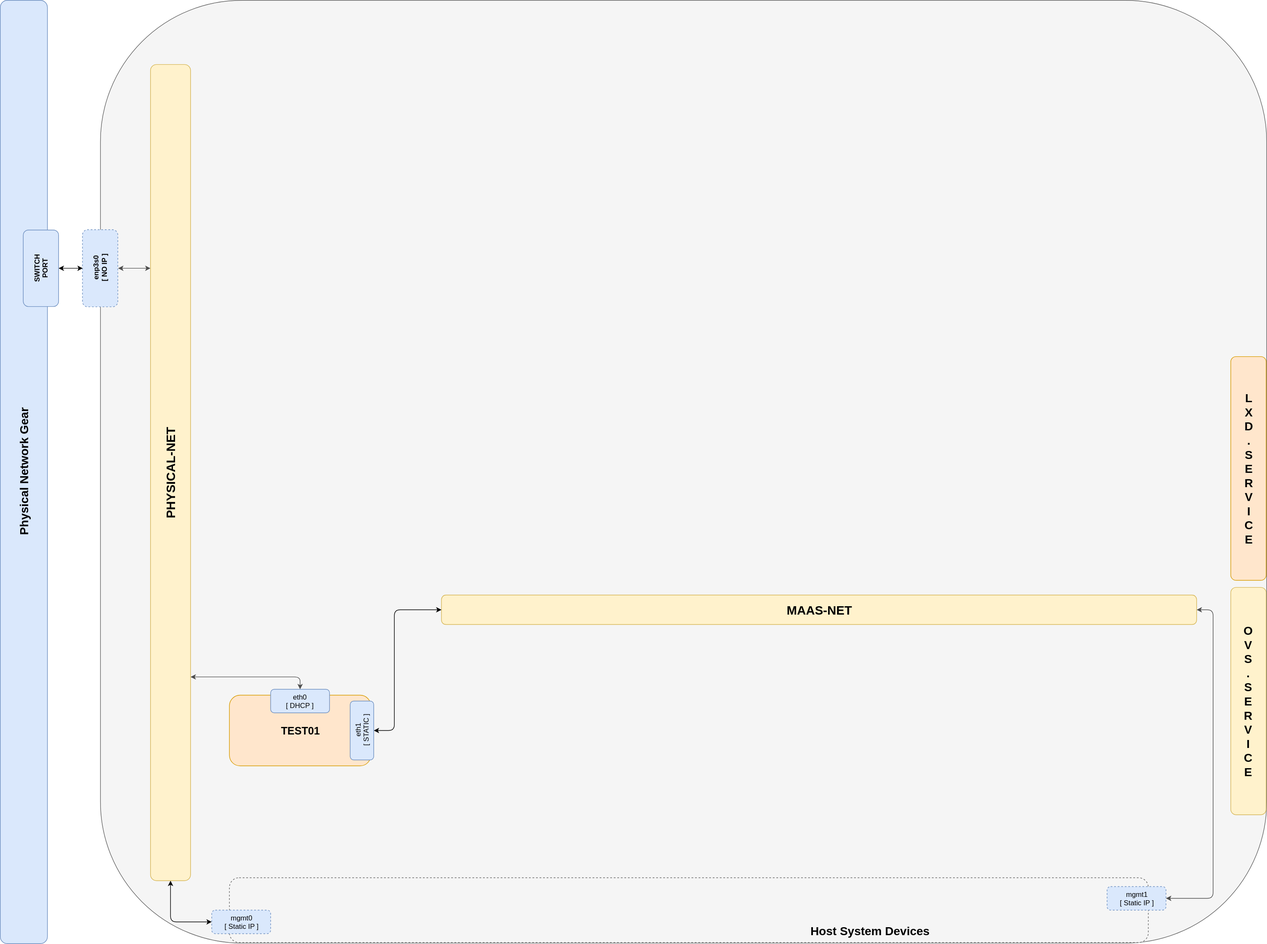
The draw.io diagram 2_LXD-On-OVS/web/drawio/lxd-on-openvswitch.svg in KathrynMorgan/mini-stack, before a commit. Source tidied: cells renumbered, new cells last; positions are measured from the earlier drawing's top-left corner, leaving out a move shared by most shapes.
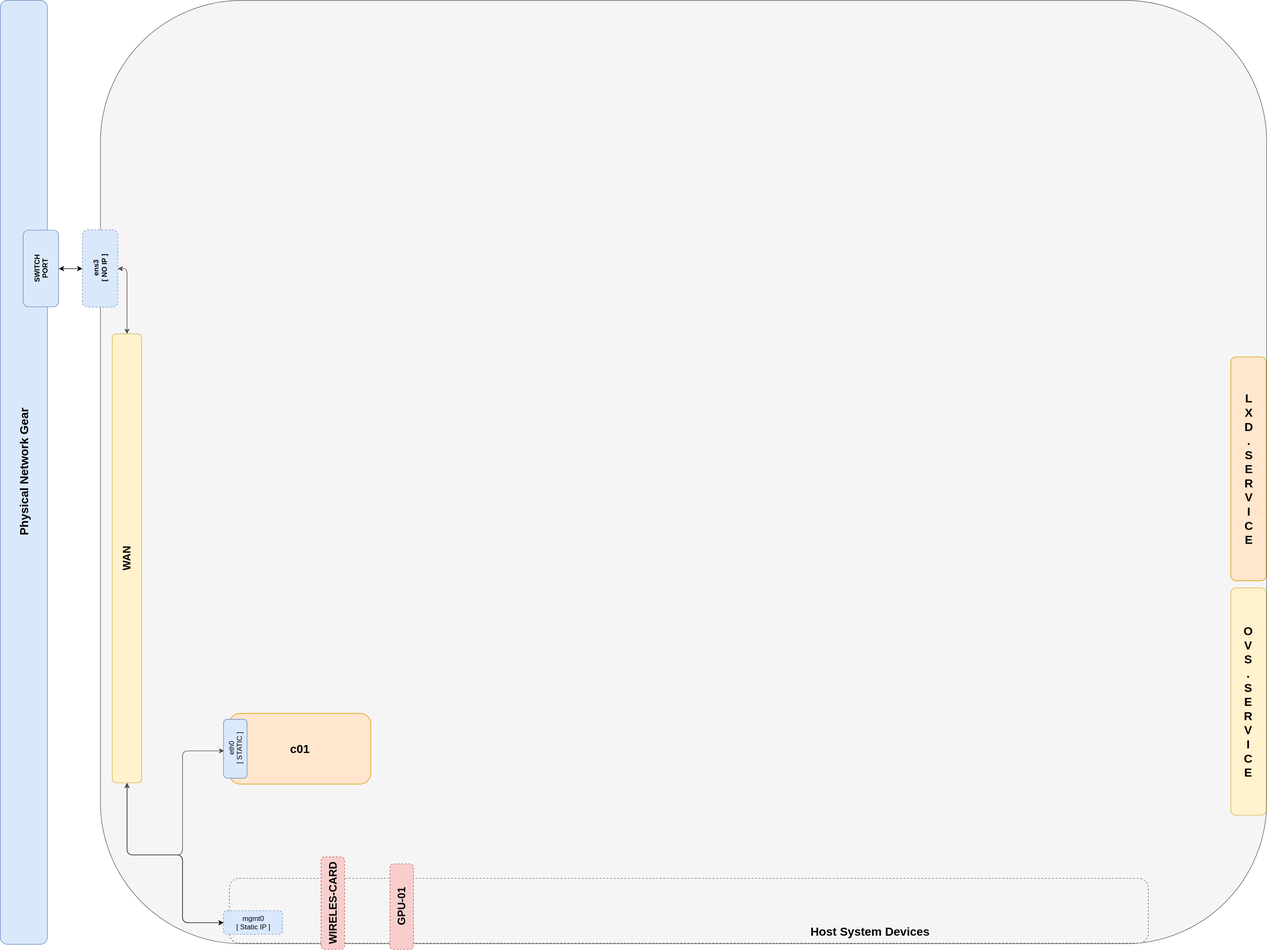
The same file after the commit.

Diff of the diagram source:
```diff
@@ -8,33 +8,32 @@
     <mxCell id="3" value="&lt;b&gt;&lt;font style=&quot;font-size: 20px&quot;&gt;Physical Network Gear&lt;/font&gt;&lt;/b&gt;" style="rounded=1;whiteSpace=wrap;html=1;fillColor=#dae8fc;strokeColor=#6c8ebf;rotation=-90;" parent="1" vertex="1">
       <mxGeometry y="761" width="1602" height="80" as="geometry" />
     </mxCell>
-    <mxCell id="4" style="edgeStyle=orthogonalEdgeStyle;rounded=1;html=1;exitX=1;exitY=0.5;entryX=0;entryY=0.5;startArrow=classic;startFill=1;jettySize=auto;strokeColor=#000000;fontSize=18;" parent="1" edge="1" source="7" target="9">
-      <mxGeometry relative="1" as="geometry" />
+    <mxCell id="4" style="edgeStyle=orthogonalEdgeStyle;rounded=1;html=1;entryX=0;entryY=0.5;startArrow=classic;startFill=1;jettySize=auto;strokeColor=#000000;fontSize=18;exitX=0;exitY=0.5;exitDx=0;exitDy=0;" parent="1" edge="1" source="27" target="9">
+      <mxGeometry relative="1" as="geometry">
+        <Array as="points">
+          <mxPoint x="976" y="1450" />
+          <mxPoint x="1070" y="1450" />
+          <mxPoint x="1070" y="1565" />
+        </Array>
+      </mxGeometry>
     </mxCell>
-    <mxCell id="5" style="edgeStyle=orthogonalEdgeStyle;rounded=1;html=1;exitX=0.25;exitY=1;entryX=0.5;entryY=1;startArrow=classic;startFill=1;jettySize=auto;strokeColor=#4D4D4D;" parent="1" edge="1" source="7" target="11">
-      <mxGeometry relative="1" as="geometry" />
+    <mxCell id="5" style="edgeStyle=orthogonalEdgeStyle;rounded=1;html=1;exitX=1;exitY=0.5;entryX=0.5;entryY=1;startArrow=classic;startFill=1;jettySize=auto;strokeColor=#4D4D4D;exitDx=0;exitDy=0;" parent="1" edge="1" source="27" target="11">
+      <mxGeometry relative="1" as="geometry">
+        <Array as="points">
+          <mxPoint x="976" y="455" />
+        </Array>
+      </mxGeometry>
     </mxCell>
-    <mxCell id="6" style="edgeStyle=orthogonalEdgeStyle;rounded=1;html=1;exitX=0.75;exitY=0;entryX=0.5;entryY=0;startArrow=classic;startFill=1;jettySize=auto;strokeColor=#4D4D4D;" parent="1" edge="1" source="7" target="20">
-      <mxGeometry relative="1" as="geometry">
-        <Array as="points">
-          <mxPoint x="1120" y="1149" />
-          <mxPoint x="1270" y="1149" />
-        </Array>
-      </mxGeometry>
-    </mxCell>
-    <mxCell id="7" value="&lt;b&gt;&lt;font style=&quot;font-size: 21px&quot;&gt;PHYSICAL-NET&lt;/font&gt;&lt;/b&gt;" style="rounded=1;whiteSpace=wrap;html=1;fillColor=#fff2cc;strokeColor=#d6b656;direction=west;rotation=-90;" parent="1" vertex="1">
-      <mxGeometry x="357" y="768" width="1386" height="68" as="geometry" />
-    </mxCell>
     <mxCell id="8" style="rounded=1;whiteSpace=wrap;html=1;fontSize=18;fillColor=#f5f5f5;strokeColor=#666666;dashed=1;" parent="1" vertex="1">
       <mxGeometry x="1150" y="1490" width="1560" height="110" as="geometry" />
     </mxCell>
     <mxCell id="9" value="mgmt0&lt;br&gt;[ Static IP ]&lt;br&gt;" style="rounded=1;whiteSpace=wrap;html=1;fillColor=#dae8fc;strokeColor=#6c8ebf;dashed=1;" parent="1" vertex="1">
-      <mxGeometry x="1120" y="1545" width="100" height="40" as="geometry" />
+      <mxGeometry x="1140" y="1545" width="100" height="40" as="geometry" />
     </mxCell>
     <mxCell id="10" value="&lt;b&gt;&lt;font style=&quot;font-size: 20px&quot;&gt;Host System Devices&lt;/font&gt;&lt;br&gt;&lt;/b&gt;" style="text;html=1;strokeColor=none;fillColor=none;align=center;verticalAlign=middle;whiteSpace=wrap;rounded=0;dashed=1;fontSize=18;" parent="1" vertex="1">
       <mxGeometry x="2112" y="1560" width="250" height="40" as="geometry" />
     </mxCell>
-    <mxCell id="11" value="&lt;b&gt;enp3s0&lt;br&gt;[ NO IP ]&lt;/b&gt;" style="rounded=1;whiteSpace=wrap;html=1;fillColor=#dae8fc;strokeColor=#6c8ebf;rotation=-90;dashed=1;" parent="1" vertex="1">
+    <mxCell id="11" value="&lt;b&gt;ens3&lt;br&gt;[ NO IP ]&lt;/b&gt;" style="rounded=1;whiteSpace=wrap;html=1;fillColor=#dae8fc;strokeColor=#6c8ebf;rotation=-90;dashed=1;" parent="1" vertex="1">
       <mxGeometry x="865" y="425" width="131" height="60" as="geometry" />
     </mxCell>
     <mxCell id="12" style="edgeStyle=orthogonalEdgeStyle;rounded=1;html=1;exitX=0.5;exitY=1;entryX=0.5;entryY=0;startArrow=classic;startFill=1;jettySize=auto;fontSize=18;" parent="1" edge="1" source="13" target="11">
@@ -46,39 +45,32 @@
     <mxCell id="14" value="&lt;b style=&quot;font-size: 20px&quot;&gt;O&lt;br&gt;V&lt;br&gt;S&lt;br&gt;.&lt;br&gt;S&lt;br&gt;E&lt;br&gt;R&lt;br&gt;V&lt;br&gt;I&lt;br&gt;C&lt;br&gt;E&lt;/b&gt;" style="rounded=1;whiteSpace=wrap;html=1;fillColor=#fff2cc;strokeColor=#d6b656;rotation=0;" parent="1" vertex="1">
       <mxGeometry x="2850" y="997" width="60" height="386" as="geometry" />
     </mxCell>
-    <mxCell id="15" style="edgeStyle=orthogonalEdgeStyle;rounded=1;html=1;exitX=1;exitY=0.5;entryX=1;entryY=0.5;startArrow=classic;startFill=1;jettySize=auto;strokeColor=#4D4D4D;" parent="1" edge="1" source="16" target="18">
-      <mxGeometry relative="1" as="geometry">
-        <Array as="points">
-          <mxPoint x="2820" y="1525" />
-          <mxPoint x="2820" y="1035" />
-        </Array>
-      </mxGeometry>
-    </mxCell>
-    <mxCell id="16" value="mgmt1&lt;br&gt;[ Static IP ]&lt;br&gt;" style="rounded=1;whiteSpace=wrap;html=1;fillColor=#dae8fc;strokeColor=#6c8ebf;dashed=1;" parent="1" vertex="1">
-      <mxGeometry x="2640" y="1505" width="100" height="40" as="geometry" />
-    </mxCell>
     <mxCell id="17" value="&lt;b style=&quot;font-size: 20px&quot;&gt;L&lt;br&gt;X&lt;br&gt;D&lt;br&gt;.&lt;br&gt;S&lt;br&gt;E&lt;br&gt;R&lt;br&gt;V&lt;br&gt;I&lt;br&gt;C&lt;br&gt;E&lt;/b&gt;" style="rounded=1;whiteSpace=wrap;html=1;fillColor=#ffe6cc;strokeColor=#d79b00;rotation=0;" parent="1" vertex="1">
       <mxGeometry x="2850" y="605" width="60" height="380" as="geometry" />
     </mxCell>
-    <mxCell id="18" value="&lt;b&gt;&lt;font style=&quot;font-size: 21px&quot;&gt;MAAS-NET&lt;/font&gt;&lt;/b&gt;" style="rounded=1;whiteSpace=wrap;html=1;fillColor=#fff2cc;strokeColor=#d6b656;direction=east;rotation=0;" parent="1" vertex="1">
-      <mxGeometry x="1510" y="1010" width="1282" height="50" as="geometry" />
-    </mxCell>
-    <mxCell id="19" value="&lt;font style=&quot;font-size: 18px&quot;&gt;&lt;b&gt;TEST01&lt;/b&gt;&lt;/font&gt;" style="rounded=1;whiteSpace=wrap;html=1;fillColor=#ffe6cc;strokeColor=#d79b00;" parent="1" vertex="1">
-      <mxGeometry x="1150" y="1180" width="240" height="120" as="geometry" />
-    </mxCell>
-    <mxCell id="20" value="eth0&lt;br&gt;[ DHCP ]&lt;br&gt;" style="rounded=1;whiteSpace=wrap;html=1;fillColor=#dae8fc;strokeColor=#6c8ebf;rotation=0;" parent="1" vertex="1">
-      <mxGeometry x="1220" y="1170" width="100" height="40" as="geometry" />
-    </mxCell>
-    <mxCell id="21" style="edgeStyle=orthogonalEdgeStyle;rounded=1;html=1;exitX=0.5;exitY=1;entryX=0;entryY=0.5;startArrow=classic;startFill=1;jettySize=auto;" parent="1" edge="1" source="22" target="18">
-      <mxGeometry relative="1" as="geometry">
-        <Array as="points">
-          <mxPoint x="1430" y="1240" />
-          <mxPoint x="1430" y="1035" />
-        </Array>
-      </mxGeometry>
-    </mxCell>
-    <mxCell id="22" value="eth1&lt;br&gt;[ STATIC ]&lt;br&gt;" style="rounded=1;whiteSpace=wrap;html=1;fillColor=#dae8fc;strokeColor=#6c8ebf;rotation=-90;" parent="1" vertex="1">
-      <mxGeometry x="1325" y="1220" width="100" height="40" as="geometry" />
-    </mxCell>
+    <mxCell id="23" value="&lt;font style=&quot;font-size: 20px&quot;&gt;&lt;b&gt;c01&lt;br&gt;&lt;/b&gt;&lt;/font&gt;" style="rounded=1;whiteSpace=wrap;html=1;fillColor=#ffe6cc;strokeColor=#d79b00;" parent="1" vertex="1">
+      <mxGeometry x="1150" y="1210" width="240" height="120" as="geometry" />
+    </mxCell>
+    <mxCell id="24" value="&lt;font style=&quot;font-size: 18px&quot;&gt;&lt;b&gt;WIRELES-CARD&lt;br&gt;&lt;/b&gt;&lt;/font&gt;" style="rounded=1;whiteSpace=wrap;html=1;fillColor=#f8cecc;strokeColor=#b85450;rotation=-90;dashed=1;" parent="1" vertex="1">
+      <mxGeometry x="1247" y="1512" width="157" height="40" as="geometry" />
+    </mxCell>
+    <mxCell id="25" style="edgeStyle=orthogonalEdgeStyle;rounded=1;html=1;exitX=0.463;exitY=0.037;entryX=0;entryY=0.5;startArrow=classic;startFill=1;jettySize=auto;strokeColor=#4D4D4D;exitDx=0;exitDy=0;exitPerimeter=0;" parent="1" edge="1" source="26" target="27">
+      <mxGeometry relative="1" as="geometry">
+        <Array as="points">
+          <mxPoint x="1070" y="1274" />
+          <mxPoint x="1070" y="1450" />
+          <mxPoint x="976" y="1450" />
+        </Array>
+      </mxGeometry>
+    </mxCell>
+    <mxCell id="26" value="eth0&lt;br&gt;[ STATIC ]&lt;br&gt;" style="rounded=1;whiteSpace=wrap;html=1;fillColor=#dae8fc;strokeColor=#6c8ebf;rotation=-90;" parent="1" vertex="1">
+      <mxGeometry x="1110" y="1250" width="100" height="40" as="geometry" />
+    </mxCell>
+    <mxCell id="27" value="&lt;span style=&quot;font-size: 18px&quot;&gt;&lt;b&gt;WAN&lt;br&gt;&lt;/b&gt;&lt;/span&gt;" style="rounded=1;whiteSpace=wrap;html=1;fillColor=#fff2cc;strokeColor=#d6b656;direction=east;rotation=-90;" parent="1" vertex="1">
+      <mxGeometry x="595" y="922" width="762" height="50" as="geometry" />
+    </mxCell>
+    <mxCell id="28" value="&lt;font style=&quot;font-size: 18px&quot;&gt;&lt;b&gt;GPU-01&lt;/b&gt;&lt;/font&gt;" style="rounded=1;whiteSpace=wrap;html=1;fillColor=#f8cecc;strokeColor=#b85450;rotation=-90;dashed=1;" parent="1" vertex="1">
+      <mxGeometry x="1370" y="1518" width="145" height="40" as="geometry" />
+    </mxCell>
   </root>
 </mxGraphModel>
```
